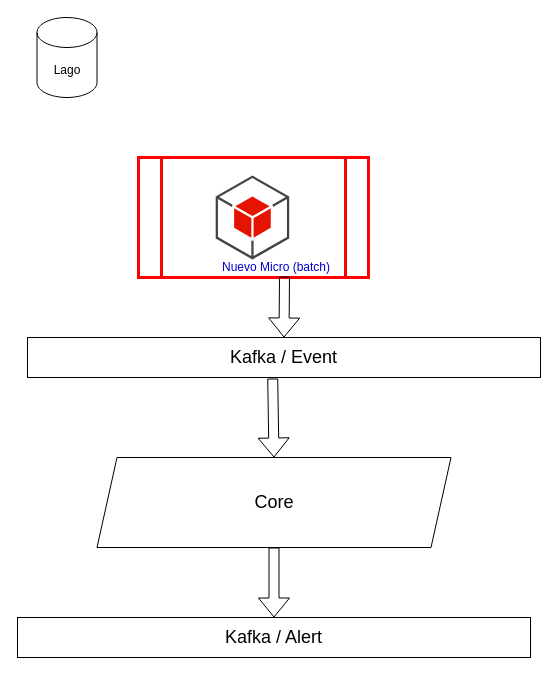
Earlier version of the draw.io diagram Early_alertss.drawio (gcijuentes/Draw-io). Source tidied: cells renumbered, new cells numbered last; positions are measured from the earlier drawing's top-left corner, leaving out a move shared by most shapes. Both pictures are drawn from the tidied source at 100%, with x=0, y=0 at pixel (17, 17). Pictures stored in the file or linked from it are replaced by grey dashed boxes.
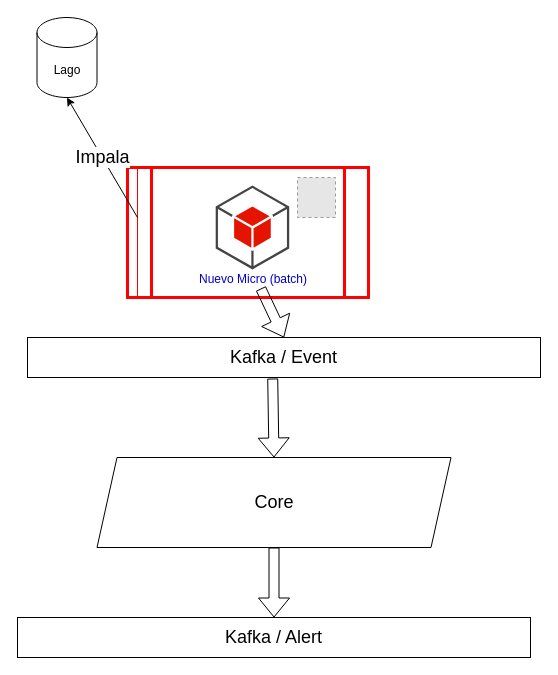
The same diagram, later.

The edit, as a diff of the source:
```diff
@@
 <mxGraphModel>
   <root>
     <mxCell id="0" />
     <mxCell id="1" parent="0" />
     <mxCell id="2" style="group;fillColor=none;strokeColor=#FF0000;fontColor=#ffffff;" parent="1" vertex="1">
-      <mxGeometry x="120" y="140" width="230" height="120" as="geometry" />
+      <mxGeometry x="120" y="150" width="231" height="130" as="geometry" />
     </mxCell>
     <mxCell id="3" style="shape=process;whiteSpace=wrap;html=1;backgroundOutline=1;strokeWidth=3;strokeColor=#FF0000;fillColor=none;fontColor=#ffffff;" parent="2" vertex="1">
-      <mxGeometry x="1" width="230" height="120" as="geometry" />
+      <mxGeometry x="-10" width="241" height="130" as="geometry" />
     </mxCell>
     <mxCell id="4" style="dashed=0;verticalLabelPosition=bottom;verticalAlign=top;align=center;html=1;shape=mxgraph.aws3.android;fillColor=#e51400;strokeColor=#B20000;strokeWidth=3;fontColor=#ffffff;" parent="2" vertex="1">
       <mxGeometry x="78.2" y="18" width="73.5" height="84" as="geometry" />
     </mxCell>
     <mxCell id="5" value="Nuevo Micro (batch)" style="text;html=1;strokeColor=none;fillColor=none;align=center;verticalAlign=middle;whiteSpace=wrap;rounded=0;fontColor=#0000CC;rotation=0;" parent="2" vertex="1">
-      <mxGeometry x="78.2" y="100" width="122" height="20" as="geometry" />
+      <mxGeometry x="54.5" y="102" width="122" height="20" as="geometry" />
     </mxCell>
+    <mxCell id="13" style="fillColor=#E6E6E6;strokeColor=#999999;dashed=1;verticalLabelPosition=bottom;labelBackgroundColor=#ffffff;verticalAlign=top;" parent="2" vertex="1">
+      <mxGeometry x="160" y="10" width="38" height="40" as="geometry" />
+    </mxCell>
     <mxCell id="6" value="Lago" style="shape=cylinder3;whiteSpace=wrap;html=1;boundedLbl=1;backgroundOutline=1;size=15;" parent="1" vertex="1">
       <mxGeometry x="19.5" width="60" height="80" as="geometry" />
     </mxCell>
     <mxCell id="7" value="&lt;span style=&quot;font-size: 18px&quot;&gt;Kafka / Event&lt;/span&gt;" style="rounded=0;whiteSpace=wrap;html=1;" parent="1" vertex="1">
       <mxGeometry x="10" y="320" width="513" height="40" as="geometry" />
     </mxCell>
     <mxCell id="8" value="Core" style="shape=parallelogram;perimeter=parallelogramPerimeter;whiteSpace=wrap;html=1;fixedSize=1;fontSize=18;" parent="1" vertex="1">
       <mxGeometry x="79.5" y="440" width="354" height="90" as="geometry" />
     </mxCell>
     <mxCell id="9" style="shape=flexArrow;endArrow=classic;html=1;rounded=0;fontSize=18;entryX=0.5;entryY=0;entryDx=0;entryDy=0;exitX=0.478;exitY=1.025;exitDx=0;exitDy=0;exitPerimeter=0;" parent="1" edge="1" source="7" target="8">
       <mxGeometry relative="1" as="geometry" />
     </mxCell>
     <mxCell id="10" value="&lt;font style=&quot;font-size: 18px&quot;&gt;Kafka / Alert&lt;/font&gt;" style="rounded=0;whiteSpace=wrap;html=1;" parent="1" vertex="1">
       <mxGeometry y="600" width="513" height="40" as="geometry" />
     </mxCell>
     <mxCell id="11" style="shape=flexArrow;endArrow=classic;html=1;rounded=0;fontSize=18;exitX=0.5;exitY=1;exitDx=0;exitDy=0;entryX=0.5;entryY=0;entryDx=0;entryDy=0;" parent="1" edge="1" source="8" target="10">
       <mxGeometry relative="1" as="geometry" />
     </mxCell>
     <mxCell id="12" style="shape=flexArrow;endArrow=classic;html=1;rounded=0;fontSize=18;entryX=0.5;entryY=0;entryDx=0;entryDy=0;exitX=0.564;exitY=0.95;exitDx=0;exitDy=0;exitPerimeter=0;" parent="1" edge="1" source="5" target="7">
       <mxGeometry relative="1" as="geometry" />
     </mxCell>
+    <mxCell id="14" style="endArrow=classic;html=1;rounded=0;fontSize=18;entryX=0.5;entryY=1;entryDx=0;entryDy=0;entryPerimeter=0;" parent="1" edge="1" target="6">
+      <mxGeometry relative="1" as="geometry">
+        <mxPoint x="120" y="200" as="sourcePoint" />
+      </mxGeometry>
+    </mxCell>
+    <mxCell id="15" value="Impala" style="edgeLabel;html=1;align=center;verticalAlign=middle;fontSize=18;" parent="14" vertex="1">
+      <mxGeometry relative="1" as="geometry" />
+    </mxCell>
   </root>
 </mxGraphModel>
```
